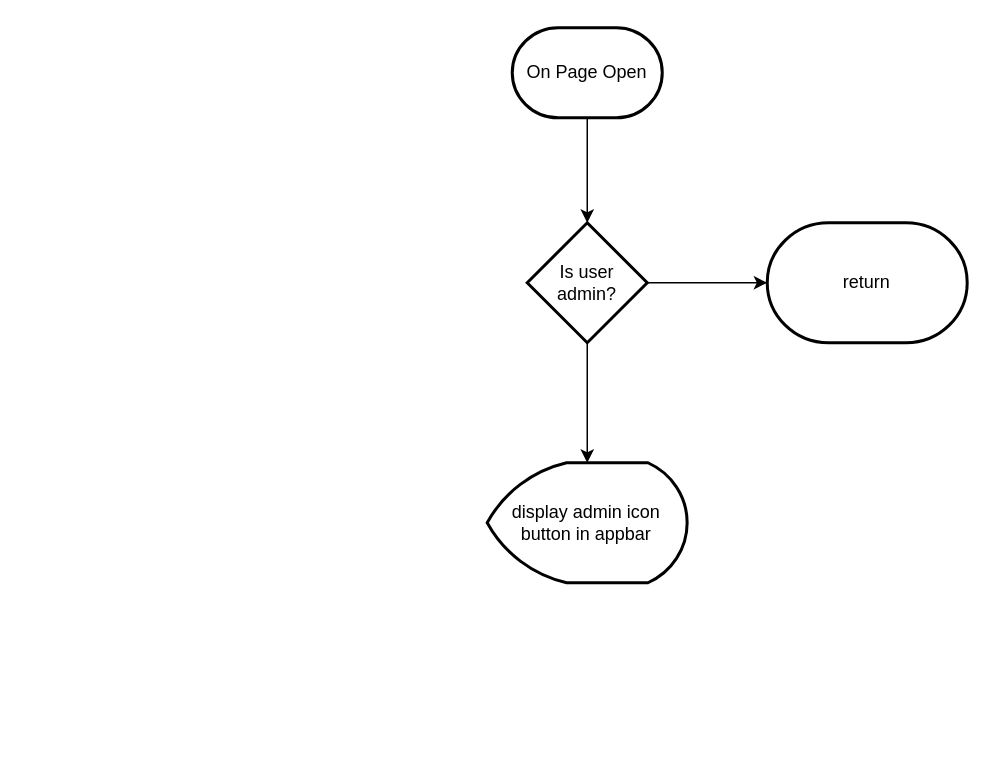
19MAsciamprener/compSci-NEA-repo keeps this draw.io diagram as page-open-homepage-flowchart.drawio. Above is the earlier version. Source tidied: cells renumbered, new cells numbered last; positions are measured from the earlier drawing's top-left corner, leaving out a move shared by most shapes. Both pictures are drawn from the tidied source at 150%, with x=0, y=0 at pixel (486, 27).
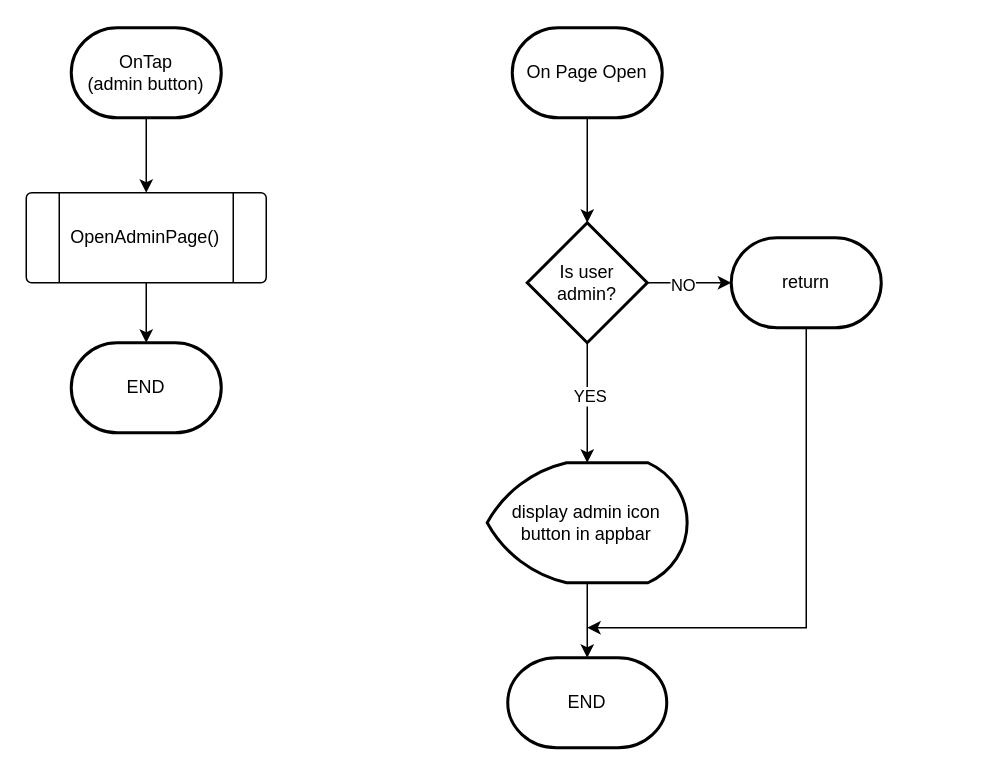
The same diagram, later.

Unchanged cells that the change refers to:
```xml
<mxCell id="6" style="edgeStyle=orthogonalEdgeStyle;rounded=0;jettySize=auto;html=1;" parent="1" edge="1" source="4" target="5">
  <mxGeometry relative="1" as="geometry" />
</mxCell>
<mxCell id="7" value="display admin icon button in appbar" style="strokeWidth=2;html=1;shape=mxgraph.flowchart.display;whiteSpace=wrap;" parent="1" vertex="1">
  <mxGeometry x="0.3" y="290" width="133.3" height="80" as="geometry" />
</mxCell>
<mxCell id="8" style="edgeStyle=orthogonalEdgeStyle;rounded=0;jettySize=auto;html=1;" parent="1" edge="1" source="4" target="7">
  <mxGeometry relative="1" as="geometry" />
</mxCell>
```

Change to the diagram source:
```diff
@@
+    <mxCell id="9" style="edgeStyle=orthogonalEdgeStyle;rounded=0;orthogonalLoop=1;jettySize=auto;html=1;" parent="1" edge="1">
+      <mxGeometry relative="1" as="geometry">
+        <mxPoint x="187" y="200" as="sourcePoint" />
+        <mxPoint x="67" y="400" as="targetPoint" />
+        <Array as="points">
+          <mxPoint x="213" y="200" />
+          <mxPoint x="213" y="400" />
+        </Array>
+      </mxGeometry>
+    </mxCell>
     <mxCell id="5" value="return" style="strokeWidth=2;html=1;shape=mxgraph.flowchart.terminator;whiteSpace=wrap;" parent="1" vertex="1">
-      <mxGeometry x="187" y="130" width="133.3" height="80" as="geometry" />
+      <mxGeometry x="163" y="140" width="100" height="60" as="geometry" />
     </mxCell>
@@
+    <mxCell id="10" value="NO" style="edgeLabel;html=1;align=center;verticalAlign=middle;" parent="6" vertex="1">
+      <mxGeometry x="-0.18" y="-1" relative="1" as="geometry" />
+    </mxCell>
@@
+    <mxCell id="11" value="YES" style="edgeLabel;html=1;align=center;verticalAlign=middle;" parent="8" vertex="1">
+      <mxGeometry x="-0.12" y="1" relative="1" as="geometry" />
+    </mxCell>
+    <mxCell id="12" value="OnTap&lt;br&gt;(admin button)" style="strokeWidth=2;html=1;shape=mxgraph.flowchart.terminator;whiteSpace=wrap;" parent="1" vertex="1">
+      <mxGeometry x="-277" width="100" height="60" as="geometry" />
+    </mxCell>
+    <mxCell id="13" value="OpenAdminPage()" style="verticalLabelPosition=middle;verticalAlign=middle;html=1;shape=process;whiteSpace=wrap;rounded=1;size=0.14;arcSize=6;labelPosition=center;align=center;" parent="1" vertex="1">
+      <mxGeometry x="-307" y="110" width="160" height="60" as="geometry" />
+    </mxCell>
+    <mxCell id="14" style="edgeStyle=orthogonalEdgeStyle;rounded=0;jettySize=auto;html=1;" parent="1" edge="1" source="12" target="13">
+      <mxGeometry relative="1" as="geometry" />
+    </mxCell>
+    <mxCell id="15" value="END" style="strokeWidth=2;html=1;shape=mxgraph.flowchart.terminator;whiteSpace=wrap;" parent="1" vertex="1">
+      <mxGeometry x="-277" y="210" width="100" height="60" as="geometry" />
+    </mxCell>
+    <mxCell id="16" style="edgeStyle=orthogonalEdgeStyle;rounded=0;jettySize=auto;html=1;" parent="1" edge="1" source="13" target="15">
+      <mxGeometry relative="1" as="geometry" />
+    </mxCell>
+    <mxCell id="17" value="END" style="strokeWidth=2;html=1;shape=mxgraph.flowchart.terminator;whiteSpace=wrap;" parent="1" vertex="1">
+      <mxGeometry x="14" y="420" width="106" height="60" as="geometry" />
+    </mxCell>
+    <mxCell id="18" style="edgeStyle=orthogonalEdgeStyle;rounded=0;jettySize=auto;html=1;" parent="1" edge="1" source="7" target="17">
+      <mxGeometry relative="1" as="geometry" />
+    </mxCell>
```
